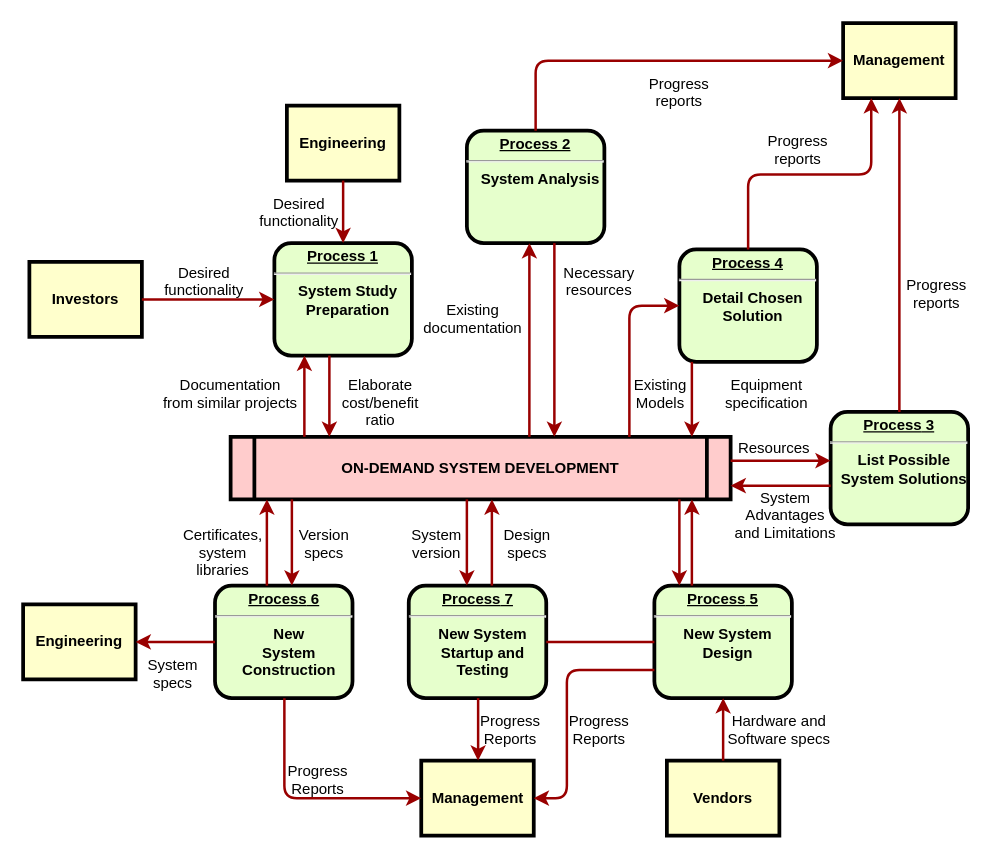
Before: Project_DripDrop.drawio in sarankirthic/Project_Dr1pDr0p, a draw.io diagram. Source tidied: cells renumbered, new cells numbered last; positions are measured from the earlier drawing's top-left corner, leaving out a move shared by most shapes. Both pictures are drawn from the tidied source at 125%, with x=0, y=0 at pixel (22, 22).
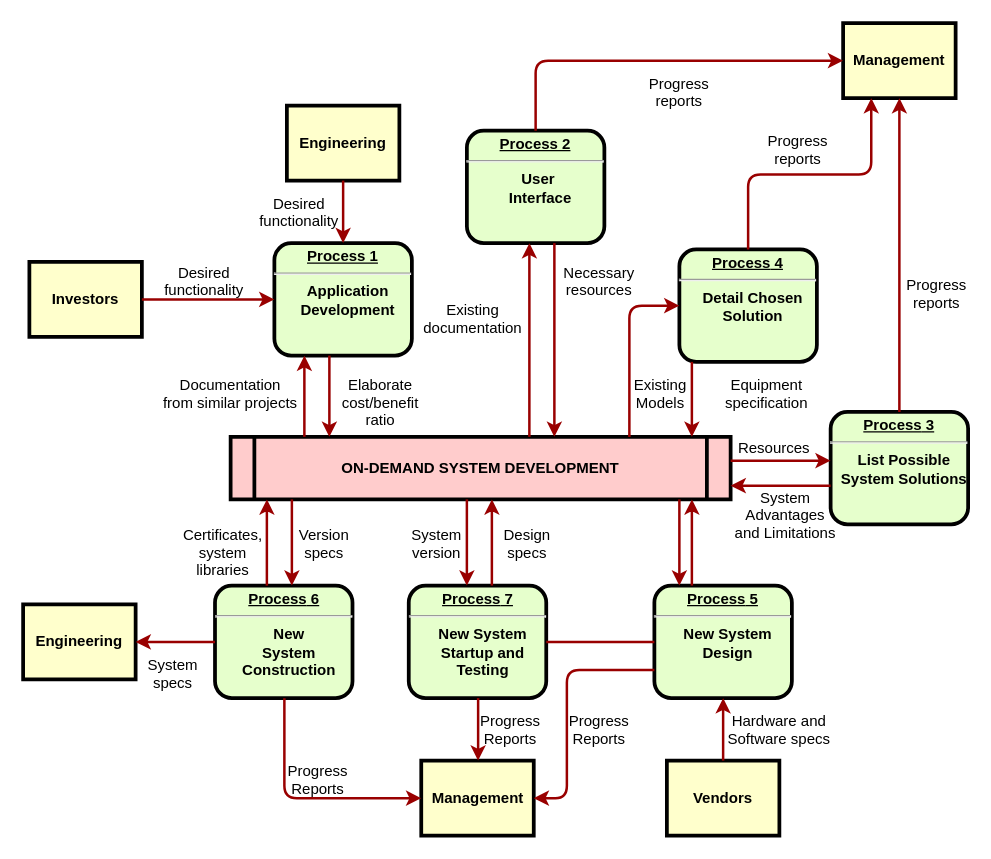
Above is the later version.

The edit, as a diff of the source:
```diff
@@
-    <mxCell id="2" value="&lt;p style=&quot;margin: 0px; margin-top: 4px; text-align: center; text-decoration: underline;&quot;&gt;&lt;strong&gt;Process 1&lt;br /&gt;&lt;/strong&gt;&lt;/p&gt;&lt;hr /&gt;&lt;p style=&quot;margin: 0px; margin-left: 8px;&quot;&gt;System Study&lt;/p&gt;&lt;p style=&quot;margin: 0px; margin-left: 8px;&quot;&gt;Preparation&lt;/p&gt;" style="verticalAlign=middle;align=center;overflow=fill;fontSize=12;fontFamily=Helvetica;html=1;rounded=1;fontStyle=1;strokeWidth=3;fillColor=#E6FFCC;" parent="1" vertex="1">
+    <mxCell id="2" value="&lt;p style=&quot;margin: 0px; margin-top: 4px; text-align: center; text-decoration: underline;&quot;&gt;&lt;strong&gt;Process 1&lt;br&gt;&lt;/strong&gt;&lt;/p&gt;&lt;hr&gt;&lt;p style=&quot;margin: 0px; margin-left: 8px;&quot;&gt;Application&lt;/p&gt;&lt;p style=&quot;margin: 0px; margin-left: 8px;&quot;&gt;Development&lt;/p&gt;" style="verticalAlign=middle;align=center;overflow=fill;fontSize=12;fontFamily=Helvetica;html=1;rounded=1;fontStyle=1;strokeWidth=3;fillColor=#E6FFCC;" parent="1" vertex="1">
       <mxGeometry x="201" y="176" width="110" height="90" as="geometry" />
     </mxCell>
@@
-    <mxCell id="6" value="&lt;p style=&quot;margin: 0px; margin-top: 4px; text-align: center; text-decoration: underline;&quot;&gt;&lt;strong&gt;Process 2&lt;br /&gt;&lt;/strong&gt;&lt;/p&gt;&lt;hr /&gt;&lt;p style=&quot;margin: 0px; margin-left: 8px;&quot;&gt;System Analysis&lt;/p&gt;" style="verticalAlign=middle;align=center;overflow=fill;fontSize=12;fontFamily=Helvetica;html=1;rounded=1;fontStyle=1;strokeWidth=3;fillColor=#E6FFCC;" parent="1" vertex="1">
+    <mxCell id="6" value="&lt;p style=&quot;margin: 0px; margin-top: 4px; text-align: center; text-decoration: underline;&quot;&gt;&lt;strong&gt;Process 2&lt;br&gt;&lt;/strong&gt;&lt;/p&gt;&lt;hr&gt;&lt;p style=&quot;margin: 0px; margin-left: 8px;&quot;&gt;User&amp;nbsp;&lt;/p&gt;&lt;p style=&quot;margin: 0px; margin-left: 8px;&quot;&gt;Interface&lt;/p&gt;" style="verticalAlign=middle;align=center;overflow=fill;fontSize=12;fontFamily=Helvetica;html=1;rounded=1;fontStyle=1;strokeWidth=3;fillColor=#E6FFCC;" parent="1" vertex="1">
       <mxGeometry x="355" y="86" width="110" height="90" as="geometry" />
     </mxCell>
```
